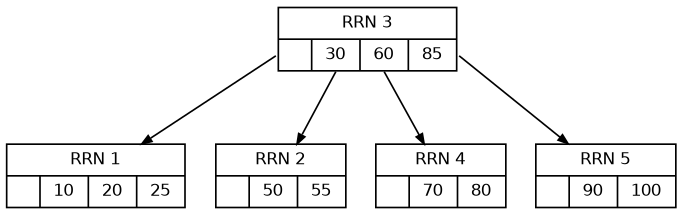
Above: tree.png in cassiotakarada/btree (Graphviz), before the change. Its source is kept beside it as tree.dot.
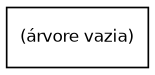
Later version of the same file.

The edit, as a diff of the source:
```diff
@@ -2,13 +2,5 @@
   graph [rankdir=TB, splines=line, nodesep=0.25, ranksep=0.6];
   node  [shape=record, fontname="Helvetica", fontsize=10];
   edge  [arrowsize=0.6];
-  n3 [label="{ RRN 3 | { <a0>  | <a1> 30 | <a2> 60 | <a3> 85 } }"];
-  n3:a0 -> n1;
-  n3:a1 -> n2;
-  n3:a2 -> n4;
-  n3:a3 -> n5;
-  n1 [label="{ RRN 1 | { <a0>  | <a1> 10 | <a2> 20 | <a3> 25 } }"];
-  n2 [label="{ RRN 2 | { <a0>  | <a1> 50 | <a2> 55 } }"];
-  n4 [label="{ RRN 4 | { <a0>  | <a1> 70 | <a2> 80 } }"];
-  n5 [label="{ RRN 5 | { <a0>  | <a1> 90 | <a2> 100 } }"];
+  empty [label="(árvore vazia)"];
 }
```
